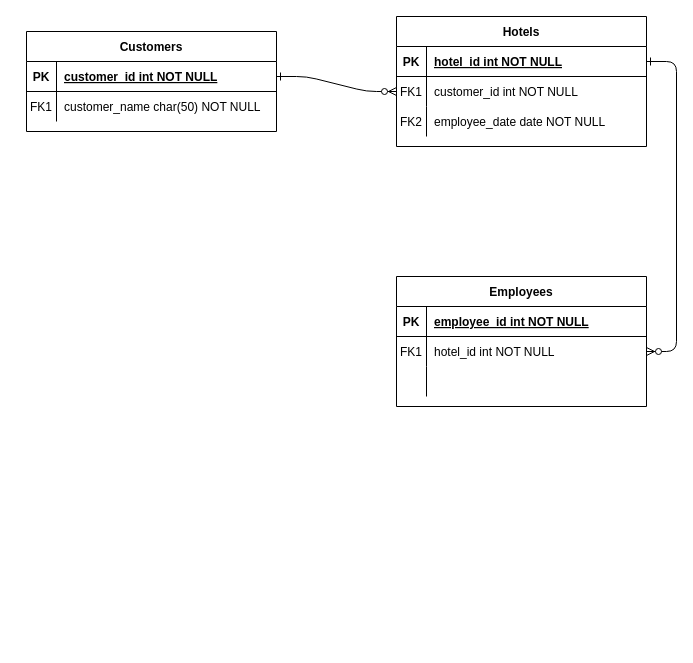
Earlier version of the draw.io diagram Untitled Diagram.drawio (KrzysiekJa/Hotel-Personel-Management-DB-System). Source tidied: cells renumbered, new cells numbered last; positions are measured from the earlier drawing's top-left corner, leaving out a move shared by most shapes. Both pictures are drawn from the tidied source at 100%, with x=0, y=0 at pixel (26, 16).
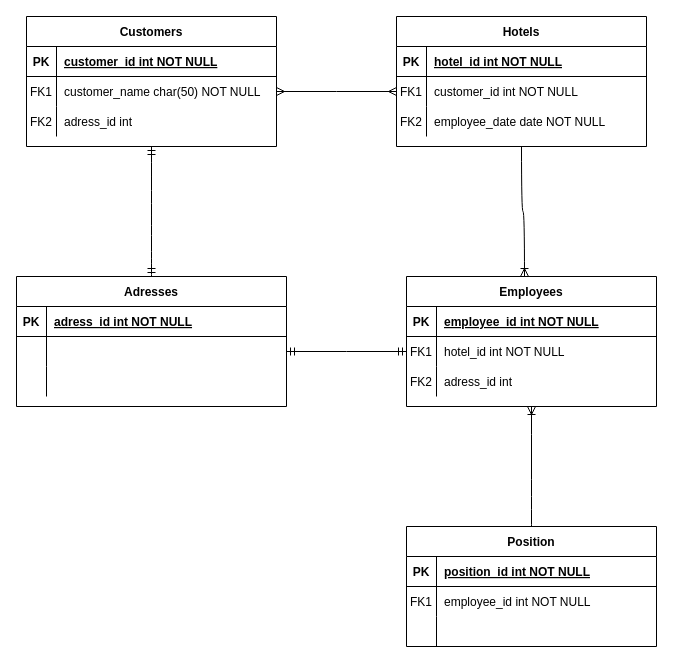
The same diagram, later.

The change refers to these unchanged cells:
```xml
<mxCell id="4" value="Hotels" style="shape=table;startSize=30;childLayout=tableLayout;rowLines=0;fontStyle=1;align=center;" parent="1" vertex="1">
  <mxGeometry x="370" width="250" height="130" as="geometry" />
</mxCell>
<mxCell id="5" style="shape=partialRectangle;fillColor=none;points=[[0,0.5],[1,0.5]];portConstraint=eastwest;top=0;left=0;right=0;bottom=1;" parent="4" vertex="1">
  <mxGeometry y="30" width="250" height="30" as="geometry" />
</mxCell>
<mxCell id="8" style="shape=partialRectangle;fillColor=none;points=[[0,0.5],[1,0.5]];portConstraint=eastwest;top=0;left=0;right=0;bottom=0;" parent="4" vertex="1">
  <mxGeometry y="60" width="250" height="30" as="geometry" />
</mxCell>
<mxCell id="18" style="shape=partialRectangle;fillColor=none;points=[[0,0.5],[1,0.5]];portConstraint=eastwest;top=0;left=0;right=0;bottom=0;" parent="14" vertex="1">
  <mxGeometry y="60" width="250" height="30" as="geometry" />
</mxCell>
<mxCell id="25" style="shape=partialRectangle;fillColor=none;points=[[0,0.5],[1,0.5]];portConstraint=eastwest;top=0;left=0;right=0;bottom=1;" parent="24" vertex="1">
  <mxGeometry y="30" width="250" height="30" as="geometry" />
</mxCell>
<mxCell id="28" style="shape=partialRectangle;fillColor=none;points=[[0,0.5],[1,0.5]];portConstraint=eastwest;top=0;left=0;right=0;bottom=0;" parent="24" vertex="1">
  <mxGeometry y="60" width="250" height="30" as="geometry" />
</mxCell>
```

What changed in the source:
```diff
@@
-    <mxCell id="2" style="edgeStyle=entityRelationEdgeStyle;endArrow=ERzeroToMany;startArrow=ERone;endFill=1;startFill=0;" parent="1" edge="1" source="25" target="8">
-      <mxGeometry relative="1" as="geometry" />
-    </mxCell>
-    <mxCell id="3" style="edgeStyle=entityRelationEdgeStyle;endArrow=ERzeroToMany;startArrow=ERone;endFill=1;startFill=0;" parent="1" edge="1" source="5" target="18">
-      <mxGeometry relative="1" as="geometry" />
-    </mxCell>
@@
     <mxCell id="14" value="Employees" style="shape=table;startSize=30;childLayout=tableLayout;rowLines=0;fontStyle=1;align=center;" parent="1" vertex="1">
-      <mxGeometry x="370" y="260" width="250" height="130" as="geometry" />
+      <mxGeometry x="380" y="260" width="250" height="130" as="geometry" />
     </mxCell>
@@
-    <mxCell id="21" style="shape=partialRectangle;fillColor=none;top=0;left=0;right=0;bottom=0;" parent="14" vertex="1">
-      <mxGeometry y="90" width="250" height="30" as="geometry" />
-    </mxCell>
-    <mxCell id="22" style="shape=partialRectangle;overflow=hidden;fillColor=none;top=0;left=0;bottom=0;right=0;" parent="21" vertex="1">
-      <mxGeometry width="30" height="30" as="geometry" />
-    </mxCell>
-    <mxCell id="23" style="shape=partialRectangle;overflow=hidden;fillColor=none;top=0;left=0;bottom=0;right=0;align=left;spacingLeft=6;" parent="21" vertex="1">
-      <mxGeometry x="30" width="220" height="30" as="geometry" />
-    </mxCell>
+    <mxCell id="31" style="shape=partialRectangle;fillColor=none;top=0;left=0;right=0;bottom=0;" parent="14" vertex="1">
+      <mxGeometry y="90" width="250" height="30" as="geometry" />
+    </mxCell>
+    <mxCell id="32" value="FK2" style="shape=partialRectangle;overflow=hidden;fillColor=none;top=0;left=0;bottom=0;right=0;" parent="31" vertex="1">
+      <mxGeometry width="30" height="30" as="geometry" />
+    </mxCell>
+    <mxCell id="33" value="adress_id int " style="shape=partialRectangle;overflow=hidden;fillColor=none;top=0;left=0;bottom=0;right=0;align=left;spacingLeft=6;" parent="31" vertex="1">
+      <mxGeometry x="30" width="220" height="30" as="geometry" />
+    </mxCell>
     <mxCell id="24" value="Customers" style="shape=table;startSize=30;childLayout=tableLayout;rowLines=0;fontStyle=1;align=center;" parent="1" vertex="1">
-      <mxGeometry y="15" width="250" height="100" as="geometry" />
+      <mxGeometry width="250" height="130" as="geometry" />
     </mxCell>
@@
+    <mxCell id="34" style="shape=partialRectangle;fillColor=none;top=0;left=0;right=0;bottom=0;" parent="24" vertex="1">
+      <mxGeometry y="90" width="250" height="30" as="geometry" />
+    </mxCell>
+    <mxCell id="35" value="FK2" style="shape=partialRectangle;overflow=hidden;fillColor=none;top=0;left=0;bottom=0;right=0;" parent="34" vertex="1">
+      <mxGeometry width="30" height="30" as="geometry" />
+    </mxCell>
+    <mxCell id="36" value="adress_id int " style="shape=partialRectangle;overflow=hidden;fillColor=none;top=0;left=0;bottom=0;right=0;align=left;spacingLeft=6;fontStyle=0;" parent="34" vertex="1">
+      <mxGeometry x="30" width="220" height="30" as="geometry" />
+    </mxCell>
+    <mxCell id="37" value="Position" style="shape=table;startSize=30;childLayout=tableLayout;rowLines=0;fontStyle=1;align=center;" parent="1" vertex="1">
+      <mxGeometry x="380" y="510" width="250" height="120" as="geometry" />
+    </mxCell>
+    <mxCell id="38" style="shape=tableRow;horizontal=0;startSize=0;swimlaneHead=0;swimlaneBody=0;fillColor=none;top=0;left=0;right=0;bottom=1;" parent="37" vertex="1">
+      <mxGeometry y="30" width="250" height="30" as="geometry" />
+    </mxCell>
+    <mxCell id="39" value="PK" style="shape=partialRectangle;fillColor=none;top=0;left=0;bottom=0;right=0;fontStyle=1;overflow=hidden;" parent="38" vertex="1">
+      <mxGeometry width="30" height="30" as="geometry" />
+    </mxCell>
+    <mxCell id="40" value="position_id int NOT NULL" style="shape=partialRectangle;fillColor=none;top=0;left=0;bottom=0;right=0;align=left;spacingLeft=6;fontStyle=5;overflow=hidden;" parent="38" vertex="1">
+      <mxGeometry x="30" width="220" height="30" as="geometry" />
+    </mxCell>
+    <mxCell id="41" style="shape=tableRow;horizontal=0;startSize=0;swimlaneHead=0;swimlaneBody=0;fillColor=none;top=0;left=0;right=0;bottom=0;" parent="37" vertex="1">
+      <mxGeometry y="60" width="250" height="30" as="geometry" />
+    </mxCell>
+    <mxCell id="42" value="FK1" style="shape=partialRectangle;fillColor=none;top=0;left=0;bottom=0;right=0;overflow=hidden;" parent="41" vertex="1">
+      <mxGeometry width="30" height="30" as="geometry" />
+    </mxCell>
+    <mxCell id="43" value="employee_id int NOT NULL" style="shape=partialRectangle;fillColor=none;top=0;left=0;bottom=0;right=0;align=left;spacingLeft=6;overflow=hidden;" parent="41" vertex="1">
+      <mxGeometry x="30" width="220" height="30" as="geometry" />
+    </mxCell>
+    <mxCell id="44" style="shape=tableRow;horizontal=0;startSize=0;swimlaneHead=0;swimlaneBody=0;fillColor=none;top=0;left=0;right=0;bottom=0;" parent="37" vertex="1">
+      <mxGeometry y="90" width="250" height="30" as="geometry" />
+    </mxCell>
+    <mxCell id="45" style="shape=partialRectangle;fillColor=none;top=0;left=0;bottom=0;right=0;overflow=hidden;" parent="44" vertex="1">
+      <mxGeometry width="30" height="30" as="geometry" />
+    </mxCell>
+    <mxCell id="46" style="shape=partialRectangle;fillColor=none;top=0;left=0;bottom=0;right=0;align=left;spacingLeft=6;overflow=hidden;" parent="44" vertex="1">
+      <mxGeometry x="30" width="220" height="30" as="geometry" />
+    </mxCell>
+    <mxCell id="47" value="Adresses" style="shape=table;startSize=30;childLayout=tableLayout;rowLines=0;fontStyle=1;align=center;" parent="1" vertex="1">
+      <mxGeometry x="-10" y="260" width="270" height="130" as="geometry" />
+    </mxCell>
+    <mxCell id="48" style="shape=tableRow;horizontal=0;startSize=0;swimlaneHead=0;swimlaneBody=0;fillColor=none;top=0;left=0;right=0;bottom=1;" parent="47" vertex="1">
+      <mxGeometry y="30" width="270" height="30" as="geometry" />
+    </mxCell>
+    <mxCell id="49" value="PK" style="shape=partialRectangle;fillColor=none;top=0;left=0;bottom=0;right=0;fontStyle=1;overflow=hidden;" parent="48" vertex="1">
+      <mxGeometry width="30" height="30" as="geometry" />
+    </mxCell>
+    <mxCell id="50" value="adress_id int NOT NULL" style="shape=partialRectangle;fillColor=none;top=0;left=0;bottom=0;right=0;align=left;spacingLeft=6;fontStyle=5;overflow=hidden;" parent="48" vertex="1">
+      <mxGeometry x="30" width="240" height="30" as="geometry" />
+    </mxCell>
+    <mxCell id="51" style="shape=tableRow;horizontal=0;startSize=0;swimlaneHead=0;swimlaneBody=0;fillColor=none;points=[[0,0.5],[1,0.5]];portConstraint=eastwest;top=0;left=0;right=0;bottom=0;" parent="47" vertex="1">
+      <mxGeometry y="60" width="270" height="30" as="geometry" />
+    </mxCell>
+    <mxCell id="52" style="shape=partialRectangle;fillColor=none;top=0;left=0;bottom=0;right=0;overflow=hidden;" parent="51" vertex="1">
+      <mxGeometry width="30" height="30" as="geometry" />
+    </mxCell>
+    <mxCell id="53" style="shape=partialRectangle;fillColor=none;top=0;left=0;bottom=0;right=0;align=left;spacingLeft=6;overflow=hidden;" parent="51" vertex="1">
+      <mxGeometry x="30" width="240" height="30" as="geometry" />
+    </mxCell>
+    <mxCell id="54" style="shape=tableRow;horizontal=0;startSize=0;swimlaneHead=0;swimlaneBody=0;fillColor=none;top=0;left=0;right=0;bottom=0;" parent="47" vertex="1">
+      <mxGeometry y="90" width="270" height="30" as="geometry" />
+    </mxCell>
+    <mxCell id="55" style="shape=partialRectangle;fillColor=none;top=0;left=0;bottom=0;right=0;overflow=hidden;" parent="54" vertex="1">
+      <mxGeometry width="30" height="30" as="geometry" />
+    </mxCell>
+    <mxCell id="56" style="shape=partialRectangle;fillColor=none;top=0;left=0;bottom=0;right=0;align=left;spacingLeft=6;overflow=hidden;" parent="54" vertex="1">
+      <mxGeometry x="30" width="240" height="30" as="geometry" />
+    </mxCell>
+    <mxCell id="57" style="edgeStyle=orthogonalEdgeStyle;fontSize=12;html=1;endArrow=ERmandOne;startArrow=ERmandOne;rounded=0;entryX=0.5;entryY=1;entryDx=0;entryDy=0;exitX=0.5;exitY=0;exitDx=0;exitDy=0;curved=1;" parent="1" edge="1" source="47" target="24">
+      <mxGeometry relative="1" as="geometry" />
+    </mxCell>
+    <mxCell id="58" style="edgeStyle=entityRelationEdgeStyle;fontSize=12;html=1;endArrow=ERmandOne;startArrow=ERmandOne;rounded=0;curved=1;exitX=1;exitY=0.5;exitDx=0;exitDy=0;entryX=0;entryY=0.5;entryDx=0;entryDy=0;" parent="1" edge="1" source="51" target="18">
+      <mxGeometry relative="1" as="geometry" />
+    </mxCell>
+    <mxCell id="59" style="edgeStyle=entityRelationEdgeStyle;fontSize=12;html=1;endArrow=ERmany;startArrow=ERmany;rounded=0;curved=1;entryX=0;entryY=0.5;entryDx=0;entryDy=0;exitX=1;exitY=0.5;exitDx=0;exitDy=0;" parent="1" edge="1" source="28" target="8">
+      <mxGeometry relative="1" as="geometry" />
+    </mxCell>
+    <mxCell id="60" style="edgeStyle=orthogonalEdgeStyle;fontSize=12;html=1;endArrow=ERoneToMany;rounded=0;curved=1;entryX=0.472;entryY=0;entryDx=0;entryDy=0;entryPerimeter=0;exitX=0.5;exitY=1;exitDx=0;exitDy=0;" parent="1" edge="1" source="4" target="14">
+      <mxGeometry relative="1" as="geometry" />
+    </mxCell>
+    <mxCell id="61" style="edgeStyle=orthogonalEdgeStyle;fontSize=12;html=1;endArrow=ERoneToMany;rounded=0;curved=1;entryX=0.5;entryY=1;entryDx=0;entryDy=0;exitX=0.5;exitY=0;exitDx=0;exitDy=0;" parent="1" edge="1" source="37" target="14">
+      <mxGeometry relative="1" as="geometry" />
+    </mxCell>
```
